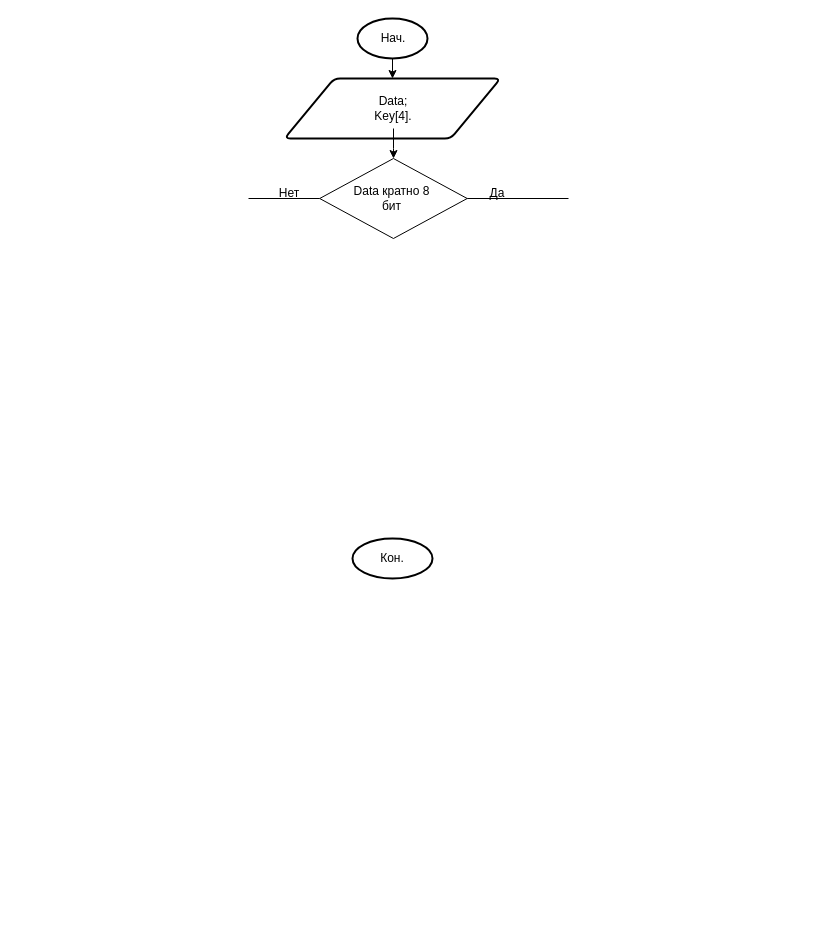
This is Блок_схема_дешифрованияTEA.drawio from EvAnGEL0/databases, a draw.io file, before an edit. Source tidied: cells renumbered, new cells numbered last; positions are measured from the earlier drawing's top-left corner, leaving out a move shared by most shapes. Both pictures are drawn from the tidied source at 100%, with x=0, y=0 at pixel (248, 18).
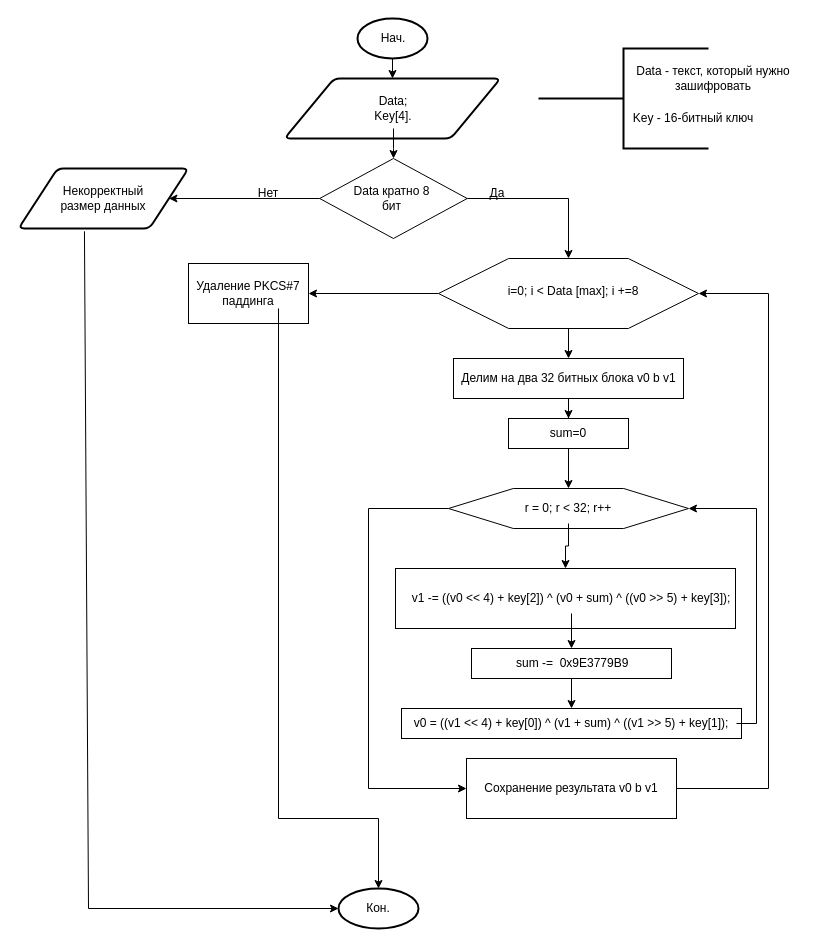
After the change.

The change refers to these unchanged cells:
```xml
<mxCell id="6" style="strokeWidth=2;html=1;shape=mxgraph.flowchart.start_1;whiteSpace=wrap;" parent="5" vertex="1">
  <mxGeometry width="80" height="40" as="geometry" />
</mxCell>
<mxCell id="13" style="rhombus;whiteSpace=wrap;html=1;" parent="12" vertex="1">
  <mxGeometry width="147.5" height="80" as="geometry" />
</mxCell>
```

Diff of the diagram source:
```diff
@@
     <mxCell id="5" style="group;" parent="1" vertex="1">
-      <mxGeometry x="104" y="520" width="80" height="40" as="geometry" />
+      <mxGeometry x="90" y="870" width="80" height="40" as="geometry" />
     </mxCell>
@@
-    <mxCell id="15" style="endArrow=none;html=1;rounded=0;entryX=1;entryY=0.5;entryDx=0;entryDy=0;" parent="1" edge="1" target="13">
-      <mxGeometry relative="1" as="geometry">
-        <mxPoint x="320" y="180" as="sourcePoint" />
-      </mxGeometry>
-    </mxCell>
@@
-    <mxCell id="17" style="endArrow=none;html=1;rounded=0;entryX=0;entryY=0.5;entryDx=0;entryDy=0;" parent="1" edge="1" target="13">
-      <mxGeometry relative="1" as="geometry">
-        <mxPoint y="180" as="sourcePoint" />
-      </mxGeometry>
-    </mxCell>
     <mxCell id="18" value="Нет" style="text;html=1;whiteSpace=wrap;strokeColor=none;fillColor=none;align=center;verticalAlign=middle;rounded=0;" parent="1" vertex="1">
-      <mxGeometry x="11.2" y="160" width="60" height="30" as="geometry" />
+      <mxGeometry x="-10" y="160" width="60" height="30" as="geometry" />
     </mxCell>
+    <mxCell id="19" style="endArrow=classic;html=1;rounded=0;entryX=1;entryY=0.5;entryDx=0;entryDy=0;exitX=0;exitY=0.5;exitDx=0;exitDy=0;" parent="1" edge="1" source="13" target="20">
+      <mxGeometry relative="1" as="geometry" />
+    </mxCell>
+    <mxCell id="20" style="shape=parallelogram;html=1;strokeWidth=2;perimeter=parallelogramPerimeter;whiteSpace=wrap;rounded=1;arcSize=12;size=0.23;" parent="1" vertex="1">
+      <mxGeometry x="-230" y="150" width="170" height="60" as="geometry" />
+    </mxCell>
+    <mxCell id="21" value="Некорректный размер данных" style="text;html=1;whiteSpace=wrap;strokeColor=none;fillColor=none;align=center;verticalAlign=middle;rounded=0;" parent="1" vertex="1">
+      <mxGeometry x="-190" y="165" width="90" height="30" as="geometry" />
+    </mxCell>
+    <mxCell id="22" style="endArrow=classic;html=1;rounded=0;exitX=0.388;exitY=1.047;exitDx=0;exitDy=0;exitPerimeter=0;entryX=0;entryY=0.5;entryDx=0;entryDy=0;entryPerimeter=0;" parent="1" edge="1" source="20" target="6">
+      <mxGeometry relative="1" as="geometry">
+        <Array as="points">
+          <mxPoint x="-160" y="890" />
+        </Array>
+      </mxGeometry>
+    </mxCell>
+    <mxCell id="23" style="strokeWidth=2;html=1;shape=mxgraph.flowchart.annotation_2;align=left;labelPosition=right;" parent="1" vertex="1">
+      <mxGeometry x="290" y="30" width="170" height="100" as="geometry" />
+    </mxCell>
+    <mxCell id="24" value="Data - текст, который нужно зашифровать" style="text;html=1;whiteSpace=wrap;strokeColor=none;fillColor=none;align=center;verticalAlign=middle;rounded=0;" parent="1" vertex="1">
+      <mxGeometry x="380" y="30" width="170" height="60" as="geometry" />
+    </mxCell>
+    <mxCell id="25" value="Key - 16-битный ключ" style="text;html=1;whiteSpace=wrap;strokeColor=none;fillColor=none;align=center;verticalAlign=middle;rounded=0;" parent="1" vertex="1">
+      <mxGeometry x="360" y="70" width="170" height="60" as="geometry" />
+    </mxCell>
+    <mxCell id="26" style="group;" parent="1" vertex="1">
+      <mxGeometry x="270" y="240" width="180" height="70" as="geometry" />
+    </mxCell>
+    <mxCell id="27" style="verticalLabelPosition=bottom;verticalAlign=top;html=1;shape=hexagon;perimeter=hexagonPerimeter2;arcSize=6;size=0.27;" parent="26" vertex="1">
+      <mxGeometry x="-80" width="260" height="70" as="geometry" />
+    </mxCell>
+    <mxCell id="28" value="i=0; i &amp;lt; Data [max]; i +=8" style="text;html=1;whiteSpace=wrap;strokeColor=none;fillColor=none;align=center;verticalAlign=middle;rounded=0;" parent="26" vertex="1">
+      <mxGeometry x="-60" y="15" width="230" height="35" as="geometry" />
+    </mxCell>
+    <mxCell id="29" style="edgeStyle=orthogonalEdgeStyle;rounded=0;jettySize=auto;html=1;" parent="1" edge="1" source="27" target="30">
+      <mxGeometry relative="1" as="geometry" />
+    </mxCell>
+    <mxCell id="30" style="whiteSpace=wrap;html=1;verticalAlign=top;arcSize=6;" parent="1" vertex="1">
+      <mxGeometry x="205" y="340" width="230" height="40" as="geometry" />
+    </mxCell>
+    <mxCell id="31" value="Делим на два 32 битных блока v0 b v1" style="text;html=1;whiteSpace=wrap;strokeColor=none;fillColor=none;align=center;verticalAlign=middle;rounded=0;" parent="1" vertex="1">
+      <mxGeometry x="203.8" y="345" width="232.5" height="30" as="geometry" />
+    </mxCell>
+    <mxCell id="32" style="edgeStyle=orthogonalEdgeStyle;rounded=0;jettySize=auto;html=1;" parent="1" edge="1" source="30" target="34">
+      <mxGeometry relative="1" as="geometry" />
+    </mxCell>
+    <mxCell id="33" style="group;" parent="1" vertex="1">
+      <mxGeometry x="260" y="400" width="120" height="30" as="geometry" />
+    </mxCell>
+    <mxCell id="34" style="whiteSpace=wrap;html=1;verticalAlign=top;arcSize=6;" parent="33" vertex="1">
+      <mxGeometry width="120" height="30" as="geometry" />
+    </mxCell>
+    <mxCell id="35" value="sum=0" style="text;html=1;whiteSpace=wrap;strokeColor=none;fillColor=none;align=center;verticalAlign=middle;rounded=0;" parent="33" vertex="1">
+      <mxGeometry x="30" y="7.5" width="60" height="15" as="geometry" />
+    </mxCell>
+    <mxCell id="36" style="edgeStyle=orthogonalEdgeStyle;rounded=0;jettySize=auto;html=1;exitX=0.5;exitY=1;exitDx=0;exitDy=0;entryX=0.5;entryY=0;entryDx=0;entryDy=0;" parent="1" edge="1" source="34" target="38">
+      <mxGeometry relative="1" as="geometry" />
+    </mxCell>
+    <mxCell id="37" style="group;" parent="1" vertex="1">
+      <mxGeometry x="200" y="470" width="240" height="40" as="geometry" />
+    </mxCell>
+    <mxCell id="38" style="verticalLabelPosition=bottom;verticalAlign=top;html=1;shape=hexagon;perimeter=hexagonPerimeter2;arcSize=6;size=0.27;" parent="37" vertex="1">
+      <mxGeometry width="240" height="40" as="geometry" />
+    </mxCell>
+    <mxCell id="39" value="r = 0; r &amp;lt; 32; r++" style="text;html=1;whiteSpace=wrap;strokeColor=none;fillColor=none;align=center;verticalAlign=middle;rounded=0;" parent="37" vertex="1">
+      <mxGeometry x="60" y="5" width="120" height="30" as="geometry" />
+    </mxCell>
+    <mxCell id="40" style="whiteSpace=wrap;html=1;" parent="1" vertex="1">
+      <mxGeometry x="147" y="550" width="340" height="60" as="geometry" />
+    </mxCell>
+    <mxCell id="41" style="edgeStyle=orthogonalEdgeStyle;rounded=0;jettySize=auto;html=1;" parent="1" edge="1" source="42" target="44">
+      <mxGeometry relative="1" as="geometry" />
+    </mxCell>
+    <mxCell id="42" value="v1 -= ((v0 &amp;lt;&amp;lt; 4) + key[2]) ^ (v0 + sum) ^ ((v0 &amp;gt;&amp;gt; 5) + key[3]);" style="text;html=1;whiteSpace=wrap;strokeColor=none;fillColor=none;align=center;verticalAlign=middle;rounded=0;" parent="1" vertex="1">
+      <mxGeometry x="153" y="565" width="340" height="30" as="geometry" />
+    </mxCell>
+    <mxCell id="43" style="group;" parent="1" vertex="1">
+      <mxGeometry x="223" y="630" width="200" height="30" as="geometry" />
+    </mxCell>
+    <mxCell id="44" style="whiteSpace=wrap;html=1;" parent="43" vertex="1">
+      <mxGeometry width="200" height="30" as="geometry" />
+    </mxCell>
+    <mxCell id="45" value="&amp;nbsp;sum -=&amp;nbsp; 0x9E3779B9" style="text;html=1;whiteSpace=wrap;strokeColor=none;fillColor=none;align=center;verticalAlign=middle;rounded=0;" parent="43" vertex="1">
+      <mxGeometry x="34.3" y="7.5" width="131.4" height="15" as="geometry" />
+    </mxCell>
+    <mxCell id="46" style="edgeStyle=orthogonalEdgeStyle;rounded=0;jettySize=auto;html=1;" parent="1" edge="1" source="44" target="50">
+      <mxGeometry relative="1" as="geometry" />
+    </mxCell>
+    <mxCell id="47" style="edgeStyle=orthogonalEdgeStyle;rounded=0;jettySize=auto;html=1;entryX=0.5;entryY=0;entryDx=0;entryDy=0;" parent="1" edge="1" source="39" target="40">
+      <mxGeometry relative="1" as="geometry" />
+    </mxCell>
+    <mxCell id="48" style="endArrow=classic;html=1;rounded=0;entryX=0.5;entryY=0;entryDx=0;entryDy=0;exitX=1;exitY=0.5;exitDx=0;exitDy=0;" parent="1" edge="1" source="13" target="27">
+      <mxGeometry relative="1" as="geometry">
+        <Array as="points">
+          <mxPoint x="320" y="180" />
+        </Array>
+      </mxGeometry>
+    </mxCell>
+    <mxCell id="49" style="group;" parent="1" vertex="1">
+      <mxGeometry x="153" y="690" width="340" height="30" as="geometry" />
+    </mxCell>
+    <mxCell id="50" style="whiteSpace=wrap;html=1;" parent="49" vertex="1">
+      <mxGeometry width="340" height="30" as="geometry" />
+    </mxCell>
+    <mxCell id="51" value="v0 = ((v1 &amp;lt;&amp;lt; 4) + key[0]) ^ (v1 + sum) ^ ((v1 &amp;gt;&amp;gt; 5) + key[1]);" style="text;html=1;whiteSpace=wrap;strokeColor=none;fillColor=none;align=center;verticalAlign=middle;rounded=0;" parent="49" vertex="1">
+      <mxGeometry x="5" width="330" height="30" as="geometry" />
+    </mxCell>
+    <mxCell id="52" style="rounded=0;whiteSpace=wrap;html=1;" parent="1" vertex="1">
+      <mxGeometry x="218" y="740" width="210" height="60" as="geometry" />
+    </mxCell>
+    <mxCell id="53" style="edgeStyle=orthogonalEdgeStyle;rounded=0;jettySize=auto;html=1;exitX=1;exitY=0.5;exitDx=0;exitDy=0;entryX=1;entryY=0.5;entryDx=0;entryDy=0;" parent="1" edge="1" source="54" target="27">
+      <mxGeometry relative="1" as="geometry">
+        <Array as="points">
+          <mxPoint x="520" y="770" />
+          <mxPoint x="520" y="275" />
+        </Array>
+      </mxGeometry>
+    </mxCell>
+    <mxCell id="54" value="Сохранение результата v0 b v1" style="text;html=1;whiteSpace=wrap;strokeColor=none;fillColor=none;align=center;verticalAlign=middle;rounded=0;" parent="1" vertex="1">
+      <mxGeometry x="218" y="755" width="210" height="30" as="geometry" />
+    </mxCell>
+    <mxCell id="55" style="edgeStyle=orthogonalEdgeStyle;rounded=0;jettySize=auto;html=1;exitX=1;exitY=0.5;exitDx=0;exitDy=0;entryX=1;entryY=0.5;entryDx=0;entryDy=0;" parent="1" edge="1" source="51" target="38">
+      <mxGeometry relative="1" as="geometry" />
+    </mxCell>
+    <mxCell id="56" style="edgeStyle=orthogonalEdgeStyle;rounded=0;jettySize=auto;html=1;exitX=0;exitY=0.5;exitDx=0;exitDy=0;entryX=0;entryY=0.5;entryDx=0;entryDy=0;" parent="1" edge="1" source="38" target="54">
+      <mxGeometry relative="1" as="geometry">
+        <Array as="points">
+          <mxPoint x="120" y="490" />
+          <mxPoint x="120" y="770" />
+        </Array>
+      </mxGeometry>
+    </mxCell>
+    <mxCell id="57" style="edgeStyle=orthogonalEdgeStyle;rounded=0;jettySize=auto;html=1;exitX=0;exitY=0.5;exitDx=0;exitDy=0;entryX=1;entryY=0.5;entryDx=0;entryDy=0;" parent="1" edge="1" source="27" target="60">
+      <mxGeometry relative="1" as="geometry" />
+    </mxCell>
+    <mxCell id="58" style="group;" parent="1" vertex="1">
+      <mxGeometry x="-60" y="245" width="120" height="60" as="geometry" />
+    </mxCell>
+    <mxCell id="59" style="rounded=0;whiteSpace=wrap;html=1;" parent="58" vertex="1">
+      <mxGeometry width="120" height="60" as="geometry" />
+    </mxCell>
+    <mxCell id="60" value="Удаление PKCS#7 паддинга" style="text;html=1;whiteSpace=wrap;strokeColor=none;fillColor=none;align=center;verticalAlign=middle;rounded=0;" parent="58" vertex="1">
+      <mxGeometry y="15" width="120" height="30" as="geometry" />
+    </mxCell>
+    <mxCell id="61" style="edgeStyle=orthogonalEdgeStyle;rounded=0;jettySize=auto;html=1;entryX=0.5;entryY=0;entryDx=0;entryDy=0;entryPerimeter=0;" parent="1" edge="1" source="60" target="6">
+      <mxGeometry relative="1" as="geometry">
+        <Array as="points">
+          <mxPoint x="30" y="800" />
+          <mxPoint x="130" y="800" />
+        </Array>
+      </mxGeometry>
+    </mxCell>
```
